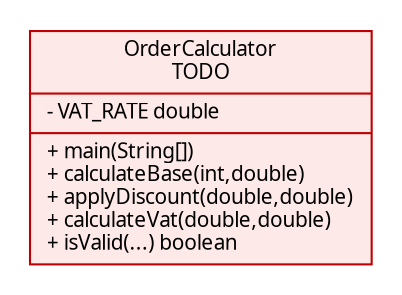
Earlier version of the Graphviz export Task_3-4/class_partial.png (DarkYoutube/Info_In_Buissness_3semestr). Its source is kept beside it as Task_3-4/class_partial.dot. Source of this version:
```dot
digraph C {
graph [rankdir=TB, bgcolor="white", pad=0.2, nodesep=0.35, ranksep=0.4];
node [shape=record, style="filled", fontname="Times New Roman", fontsize=10, color="#2F5597", fillcolor="#F7FBFF"];
edge [fontname="Times New Roman", fontsize=9, color="#555555"];
app [label="{OrderCalculator\nTODO|- VAT_RATE double\l|+ main(String[])\l+ calculateBase(int,double)\l+ applyDiscount(double,double)\l+ calculateVat(double,double)\l+ isValid(...) boolean\l}", fillcolor="#FDE9E7", color="#C00000"];
}
```
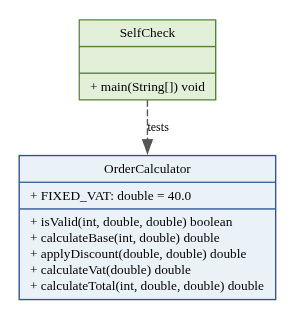
Above is the later version.

Diff of the diagram source:
```diff
@@ -2,5 +2,7 @@
 graph [rankdir=TB, bgcolor="white", pad=0.2, nodesep=0.35, ranksep=0.4];
 node [shape=record, style="filled", fontname="Times New Roman", fontsize=10, color="#2F5597", fillcolor="#F7FBFF"];
 edge [fontname="Times New Roman", fontsize=9, color="#555555"];
-app [label="{OrderCalculator\nTODO|- VAT_RATE double\l|+ main(String[])\l+ calculateBase(int,double)\l+ applyDiscount(double,double)\l+ calculateVat(double,double)\l+ isValid(...) boolean\l}", fillcolor="#FDE9E7", color="#C00000"];
+app [label="{OrderCalculator|+ FIXED_VAT: double = 40.0\l|+ isValid(int, double, double) boolean\l+ calculateBase(int, double) double\l+ applyDiscount(double, double) double\l+ calculateVat(double) double\l+ calculateTotal(int, double, double) double\l}", fillcolor="#EAF2F8", color="#2F5597"];
+sc [label="{SelfCheck||+ main(String[]) void\l}", fillcolor="#E2F0D9", color="#548235"];
+sc -> app [label="tests", style=dashed];
 }
```
